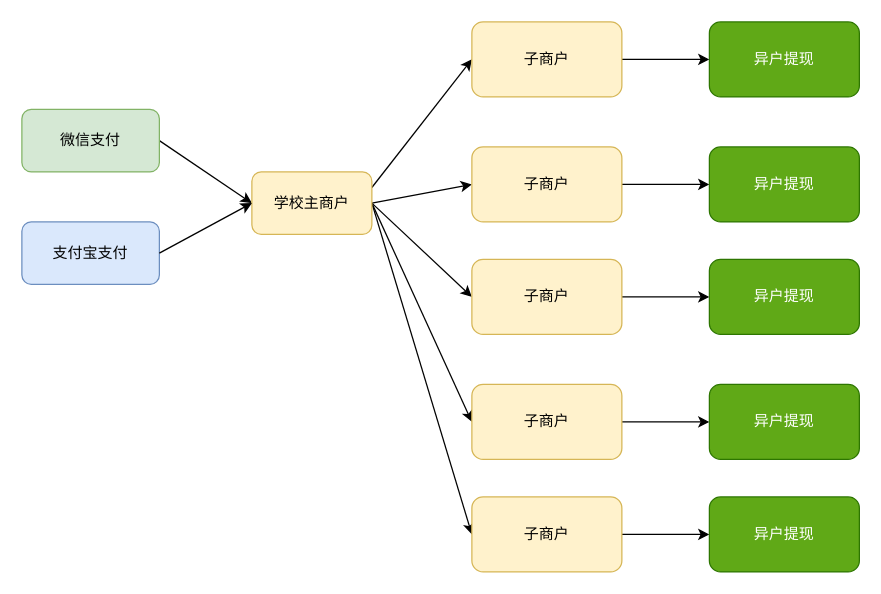
This is page "第 16 页" (16 of 19) of 青岛恒星示意.drawio from bzerozero7/test, a draw.io file, before an edit. Source tidied: cells renumbered, new cells numbered last; positions are measured from the earlier drawing's top-left corner, leaving out a move shared by most shapes. Both pictures are drawn from the tidied source at 125%, with x=0, y=0 at pixel (21, 21).
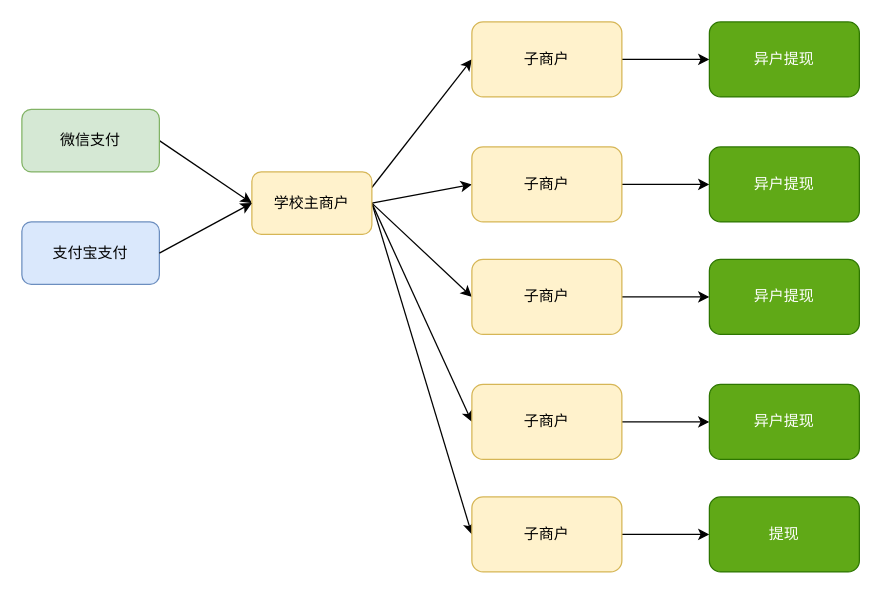
After the change.

What changed in the source:
```diff
@@
-    <mxCell id="26" value="异户提现" style="rounded=1;whiteSpace=wrap;html=1;fillColor=#60a917;fontColor=#ffffff;strokeColor=#2D7600;" parent="1" vertex="1">
+    <mxCell id="26" value="提现" style="rounded=1;whiteSpace=wrap;html=1;fillColor=#60a917;fontColor=#ffffff;strokeColor=#2D7600;" parent="1" vertex="1">
       <mxGeometry x="550" y="380" width="120" height="60" as="geometry" />
     </mxCell>
```
